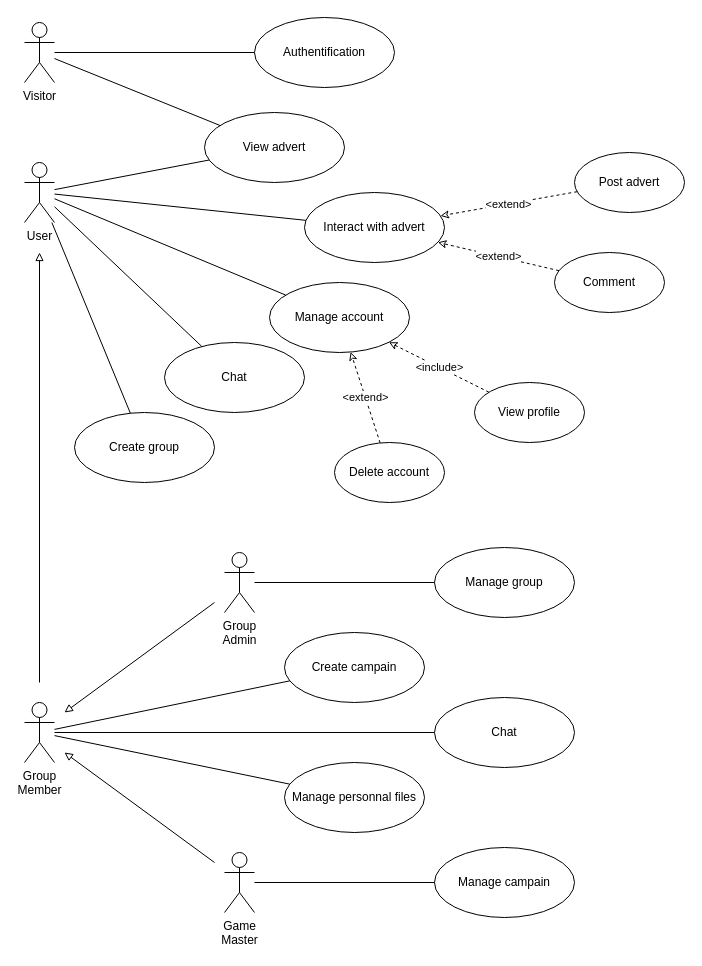
Earlier version of the draw.io diagram page "UC" (2 of 4) of Documentation/Diagrames.drawio (ThreeLeggedDuckling/I3WAD_SymfonyProject). Source tidied: cells renumbered, new cells numbered last; positions are measured from the earlier drawing's top-left corner, leaving out a move shared by most shapes. Both pictures are drawn from the tidied source at 100%, with x=0, y=0 at pixel (24, 17).
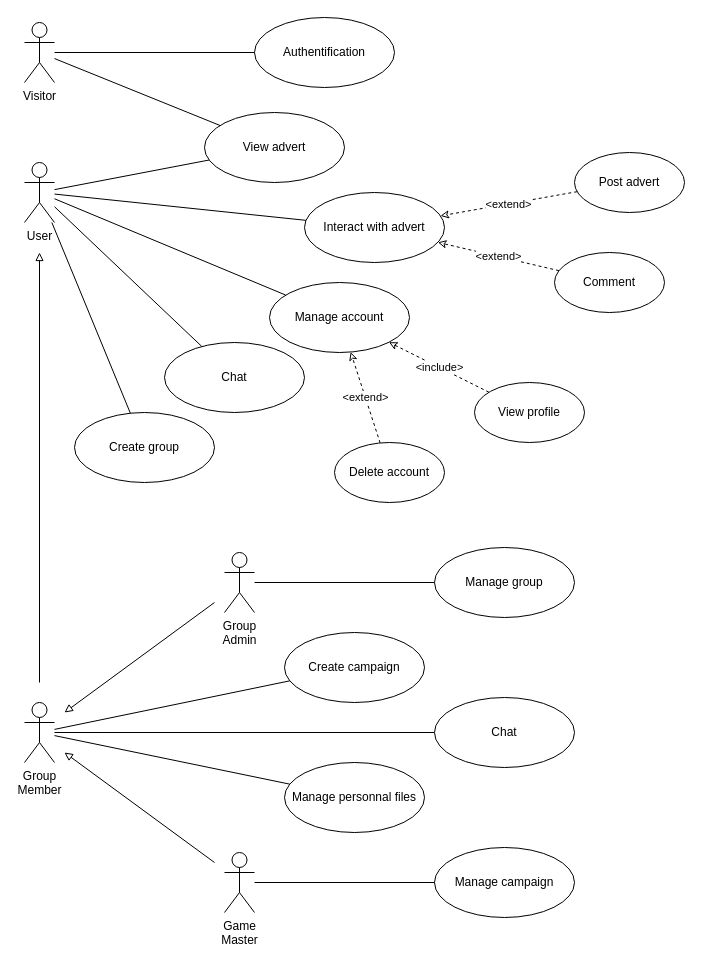
Above is the later version.

Commit message (it also covers changes not shown here):
spellcorr campaign

Diff of the diagram source:
```diff
@@
-    <mxCell id="18" value="Create campain" style="ellipse;whiteSpace=wrap;html=1;" parent="1" vertex="1">
+    <mxCell id="18" value="Create campaign" style="ellipse;whiteSpace=wrap;html=1;" parent="1" vertex="1">
       <mxGeometry x="260" y="615" width="140" height="70" as="geometry" />
     </mxCell>
@@
-    <mxCell id="24" value="Manage campain" style="ellipse;whiteSpace=wrap;html=1;" parent="1" vertex="1">
+    <mxCell id="24" value="Manage campaign" style="ellipse;whiteSpace=wrap;html=1;" parent="1" vertex="1">
       <mxGeometry x="410" y="830" width="140" height="70" as="geometry" />
     </mxCell>
```
